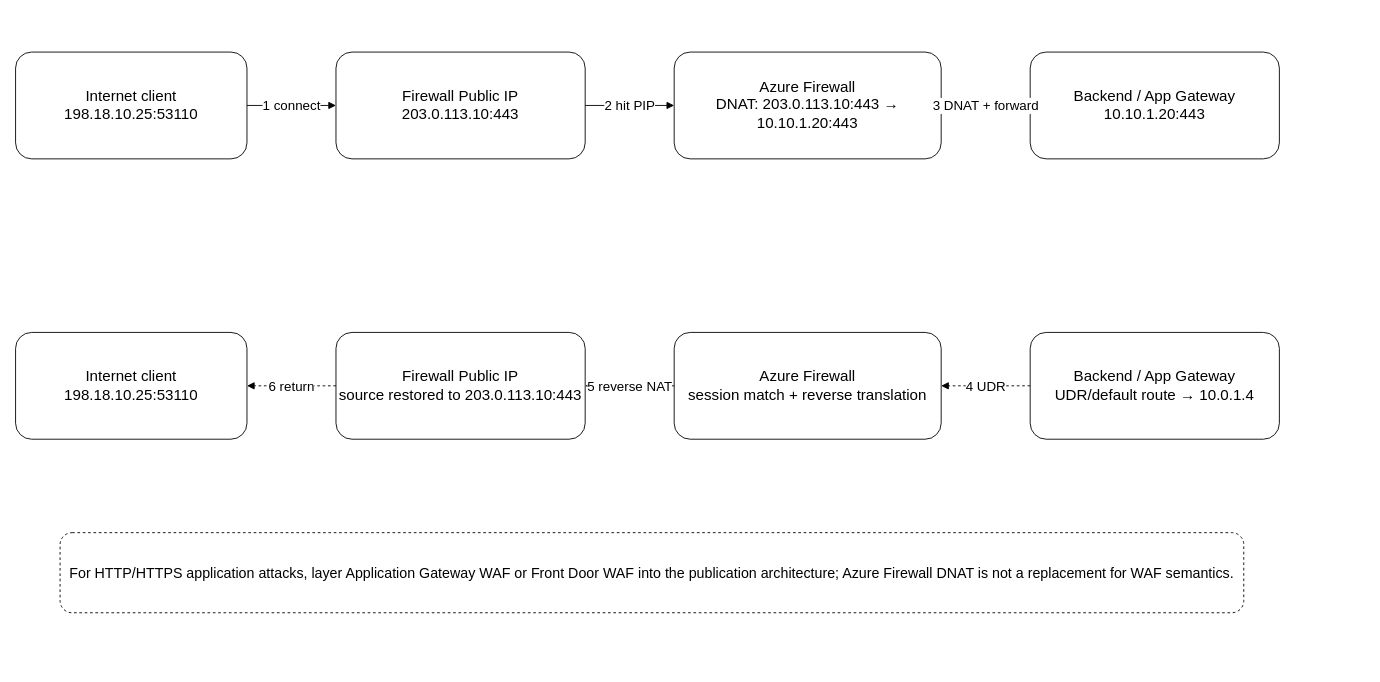
Before: images/09-05-26-18-55_method1_inbound_dnat.drawio in ccaiccie/knowledge, a draw.io diagram. Source tidied: cells renumbered, new cells numbered last; positions are measured from the earlier drawing's top-left corner, leaving out a move shared by most shapes. Both pictures are drawn from the tidied source at 89%, with x=0, y=0 at pixel (15, 52).
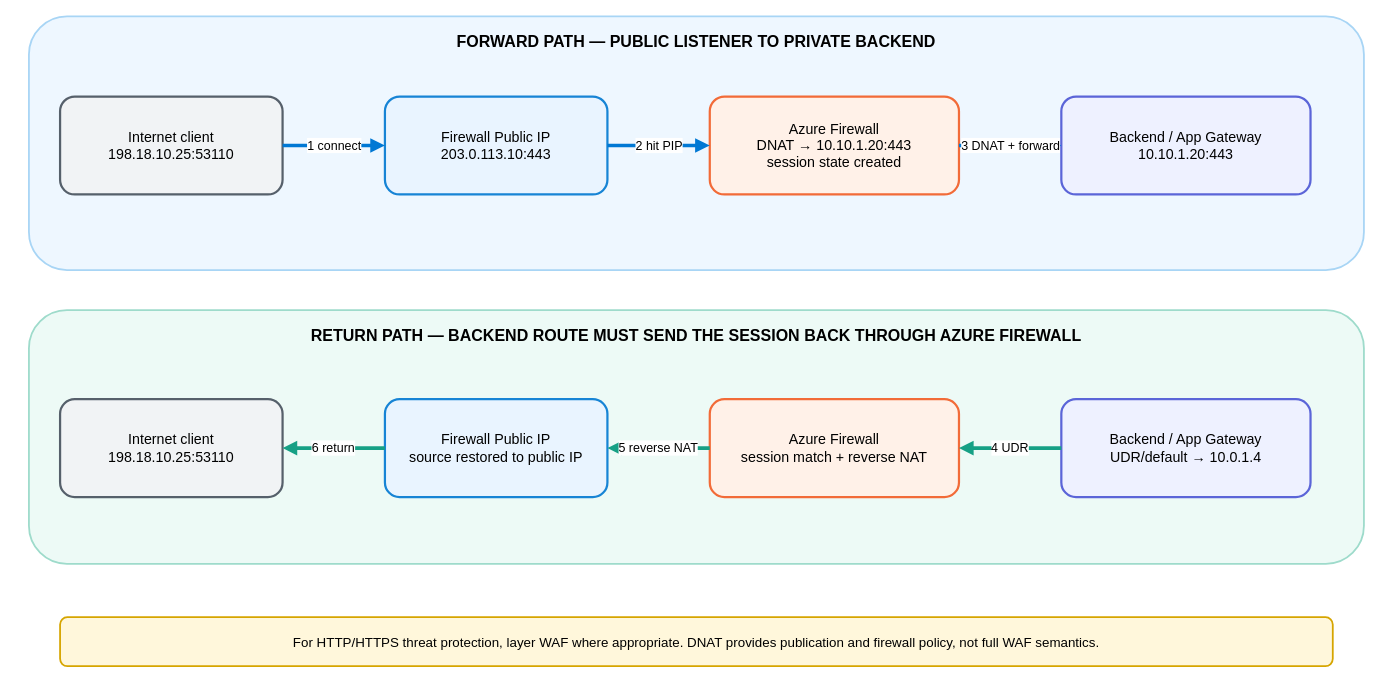
Above is the later version.

Commit message:
Match inbound DNAT draw.io to redesigned SVG

Diff of the diagram source:
```diff
@@
 <mxGraphModel>
   <root>
     <mxCell id="0" />
     <mxCell id="1" parent="0" />
+    <mxCell id="17" value="FORWARD PATH — PUBLIC LISTENER TO PRIVATE BACKEND" style="rounded=1;whiteSpace=wrap;html=1;verticalAlign=top;fontStyle=1;fontSize=18;spacingTop=12;fillColor=#EEF7FF;strokeColor=#A8D5F5;strokeWidth=2;" parent="1" vertex="1">
+      <mxGeometry x="15" y="-40" width="1500" height="285" as="geometry" />
+    </mxCell>
-    <mxCell id="2" value="Internet client&#10;198.18.10.25:53110" style="rounded=1;whiteSpace=wrap;html=1;fontSize=17;" parent="1" vertex="1">
-      <mxGeometry width="260" height="120" as="geometry" />
+    <mxCell id="2" value="Internet client&#10;198.18.10.25:53110" style="rounded=1;whiteSpace=wrap;html=1;fontSize=16;fillColor=#F1F3F5;strokeColor=#56606B;strokeWidth=2.5;" parent="1" vertex="1">
+      <mxGeometry x="50" y="50" width="250" height="110" as="geometry" />
     </mxCell>
-    <mxCell id="3" value="Firewall Public IP&#10;203.0.113.10:443" style="rounded=1;whiteSpace=wrap;html=1;fontSize=17;" parent="1" vertex="1">
-      <mxGeometry x="360" width="280" height="120" as="geometry" />
+    <mxCell id="3" value="Firewall Public IP&#10;203.0.113.10:443" style="rounded=1;whiteSpace=wrap;html=1;fontSize=16;fillColor=#E9F4FF;strokeColor=#1784D5;strokeWidth=2.5;" parent="1" vertex="1">
+      <mxGeometry x="415" y="50" width="250" height="110" as="geometry" />
     </mxCell>
-    <mxCell id="4" value="Azure Firewall&#10;DNAT: 203.0.113.10:443 → 10.10.1.20:443" style="rounded=1;whiteSpace=wrap;html=1;fontSize=17;" parent="1" vertex="1">
-      <mxGeometry x="740" width="300" height="120" as="geometry" />
+    <mxCell id="4" value="Azure Firewall&#10;DNAT → 10.10.1.20:443&#10;session state created" style="rounded=1;whiteSpace=wrap;html=1;fontSize=16;fillColor=#FFF1E8;strokeColor=#F26B38;strokeWidth=2.5;" parent="1" vertex="1">
+      <mxGeometry x="780" y="50" width="280" height="110" as="geometry" />
     </mxCell>
-    <mxCell id="5" value="Backend / App Gateway&#10;10.10.1.20:443" style="rounded=1;whiteSpace=wrap;html=1;fontSize=17;" parent="1" vertex="1">
-      <mxGeometry x="1140" width="280" height="120" as="geometry" />
+    <mxCell id="5" value="Backend / App Gateway&#10;10.10.1.20:443" style="rounded=1;whiteSpace=wrap;html=1;fontSize=16;fillColor=#EEF1FF;strokeColor=#5B65D8;strokeWidth=2.5;" parent="1" vertex="1">
+      <mxGeometry x="1175" y="50" width="280" height="110" as="geometry" />
     </mxCell>
-    <mxCell id="6" value="1 connect" style="edgeStyle=orthogonalEdgeStyle;html=1;endArrow=block;fontSize=15;" parent="1" edge="1" source="2" target="3">
+    <mxCell id="6" value="1 connect" style="edgeStyle=orthogonalEdgeStyle;html=1;strokeColor=#0078D4;strokeWidth=4;endArrow=block;fontSize=14;" parent="1" edge="1" source="2" target="3">
       <mxGeometry relative="1" as="geometry" />
     </mxCell>
-    <mxCell id="7" value="2 hit PIP" style="edgeStyle=orthogonalEdgeStyle;html=1;endArrow=block;fontSize=15;" parent="1" edge="1" source="3" target="4">
+    <mxCell id="7" value="2 hit PIP" style="edgeStyle=orthogonalEdgeStyle;html=1;strokeColor=#0078D4;strokeWidth=4;endArrow=block;fontSize=14;" parent="1" edge="1" source="3" target="4">
       <mxGeometry relative="1" as="geometry" />
     </mxCell>
-    <mxCell id="8" value="3 DNAT + forward" style="edgeStyle=orthogonalEdgeStyle;html=1;endArrow=block;fontSize=15;" parent="1" edge="1" source="4" target="5">
+    <mxCell id="8" value="3 DNAT + forward" style="edgeStyle=orthogonalEdgeStyle;html=1;strokeColor=#0078D4;strokeWidth=4;endArrow=block;fontSize=14;" parent="1" edge="1" source="4" target="5">
       <mxGeometry relative="1" as="geometry" />
     </mxCell>
+    <mxCell id="18" value="RETURN PATH — BACKEND ROUTE MUST SEND THE SESSION BACK THROUGH AZURE FIREWALL" style="rounded=1;whiteSpace=wrap;html=1;verticalAlign=top;fontStyle=1;fontSize=18;spacingTop=12;fillColor=#EDFAF6;strokeColor=#9EDBCB;strokeWidth=2;" parent="1" vertex="1">
+      <mxGeometry x="15" y="290" width="1500" height="285" as="geometry" />
+    </mxCell>
-    <mxCell id="9" value="Backend / App Gateway&#10;UDR/default route → 10.0.1.4" style="rounded=1;whiteSpace=wrap;html=1;fontSize=17;" parent="1" vertex="1">
-      <mxGeometry x="1140" y="315" width="280" height="120" as="geometry" />
+    <mxCell id="9" value="Backend / App Gateway&#10;UDR/default → 10.0.1.4" style="rounded=1;whiteSpace=wrap;html=1;fontSize=16;fillColor=#EEF1FF;strokeColor=#5B65D8;strokeWidth=2.5;" parent="1" vertex="1">
+      <mxGeometry x="1175" y="390" width="280" height="110" as="geometry" />
     </mxCell>
-    <mxCell id="10" value="Azure Firewall&#10;session match + reverse translation" style="rounded=1;whiteSpace=wrap;html=1;fontSize=17;" parent="1" vertex="1">
-      <mxGeometry x="740" y="315" width="300" height="120" as="geometry" />
+    <mxCell id="10" value="Azure Firewall&#10;session match + reverse NAT" style="rounded=1;whiteSpace=wrap;html=1;fontSize=16;fillColor=#FFF1E8;strokeColor=#F26B38;strokeWidth=2.5;" parent="1" vertex="1">
+      <mxGeometry x="780" y="390" width="280" height="110" as="geometry" />
     </mxCell>
-    <mxCell id="11" value="Firewall Public IP&#10;source restored to 203.0.113.10:443" style="rounded=1;whiteSpace=wrap;html=1;fontSize=17;" parent="1" vertex="1">
-      <mxGeometry x="360" y="315" width="280" height="120" as="geometry" />
+    <mxCell id="11" value="Firewall Public IP&#10;source restored to public IP" style="rounded=1;whiteSpace=wrap;html=1;fontSize=16;fillColor=#E9F4FF;strokeColor=#1784D5;strokeWidth=2.5;" parent="1" vertex="1">
+      <mxGeometry x="415" y="390" width="250" height="110" as="geometry" />
     </mxCell>
-    <mxCell id="12" value="Internet client&#10;198.18.10.25:53110" style="rounded=1;whiteSpace=wrap;html=1;fontSize=17;" parent="1" vertex="1">
-      <mxGeometry y="315" width="260" height="120" as="geometry" />
+    <mxCell id="12" value="Internet client&#10;198.18.10.25:53110" style="rounded=1;whiteSpace=wrap;html=1;fontSize=16;fillColor=#F1F3F5;strokeColor=#56606B;strokeWidth=2.5;" parent="1" vertex="1">
+      <mxGeometry x="50" y="390" width="250" height="110" as="geometry" />
     </mxCell>
-    <mxCell id="13" value="4 UDR" style="edgeStyle=orthogonalEdgeStyle;html=1;endArrow=block;dashed=1;fontSize=15;" parent="1" edge="1" source="9" target="10">
+    <mxCell id="13" value="4 UDR" style="edgeStyle=orthogonalEdgeStyle;html=1;strokeColor=#16A085;strokeWidth=4;endArrow=block;fontSize=14;" parent="1" edge="1" source="9" target="10">
       <mxGeometry relative="1" as="geometry" />
     </mxCell>
-    <mxCell id="14" value="5 reverse NAT" style="edgeStyle=orthogonalEdgeStyle;html=1;endArrow=block;dashed=1;fontSize=15;" parent="1" edge="1" source="10" target="11">
+    <mxCell id="14" value="5 reverse NAT" style="edgeStyle=orthogonalEdgeStyle;html=1;strokeColor=#16A085;strokeWidth=4;endArrow=block;fontSize=14;" parent="1" edge="1" source="10" target="11">
       <mxGeometry relative="1" as="geometry" />
     </mxCell>
-    <mxCell id="15" value="6 return" style="edgeStyle=orthogonalEdgeStyle;html=1;endArrow=block;dashed=1;fontSize=15;" parent="1" edge="1" source="11" target="12">
+    <mxCell id="15" value="6 return" style="edgeStyle=orthogonalEdgeStyle;html=1;strokeColor=#16A085;strokeWidth=4;endArrow=block;fontSize=14;" parent="1" edge="1" source="11" target="12">
       <mxGeometry relative="1" as="geometry" />
     </mxCell>
-    <mxCell id="16" value="For HTTP/HTTPS application attacks, layer Application Gateway WAF or Front Door WAF into the publication architecture; Azure Firewall DNAT is not a replacement for WAF semantics." style="rounded=1;whiteSpace=wrap;html=1;dashed=1;fontSize=16;" parent="1" vertex="1">
-      <mxGeometry x="50" y="540" width="1330" height="90" as="geometry" />
+    <mxCell id="16" value="For HTTP/HTTPS threat protection, layer WAF where appropriate. DNAT provides publication and firewall policy, not full WAF semantics." style="rounded=1;whiteSpace=wrap;html=1;fontSize=15;fillColor=#FFF7DB;strokeColor=#D6A500;strokeWidth=2;" parent="1" vertex="1">
+      <mxGeometry x="50" y="635" width="1430" height="55" as="geometry" />
     </mxCell>
   </root>
 </mxGraphModel>
```
